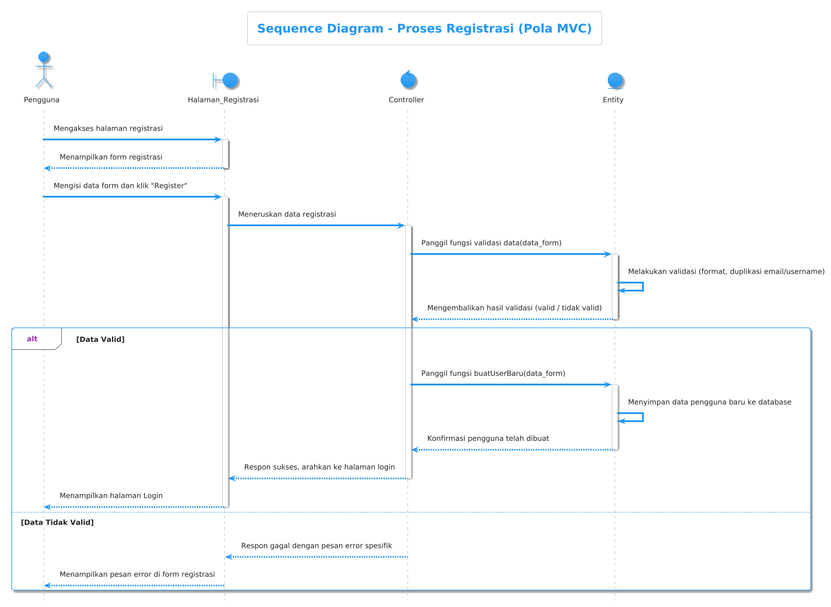
Before: sequence/LOGIN/Register/seq register.png, a diagram exported from PlantUML (Mrmgnt/diagram-kp).
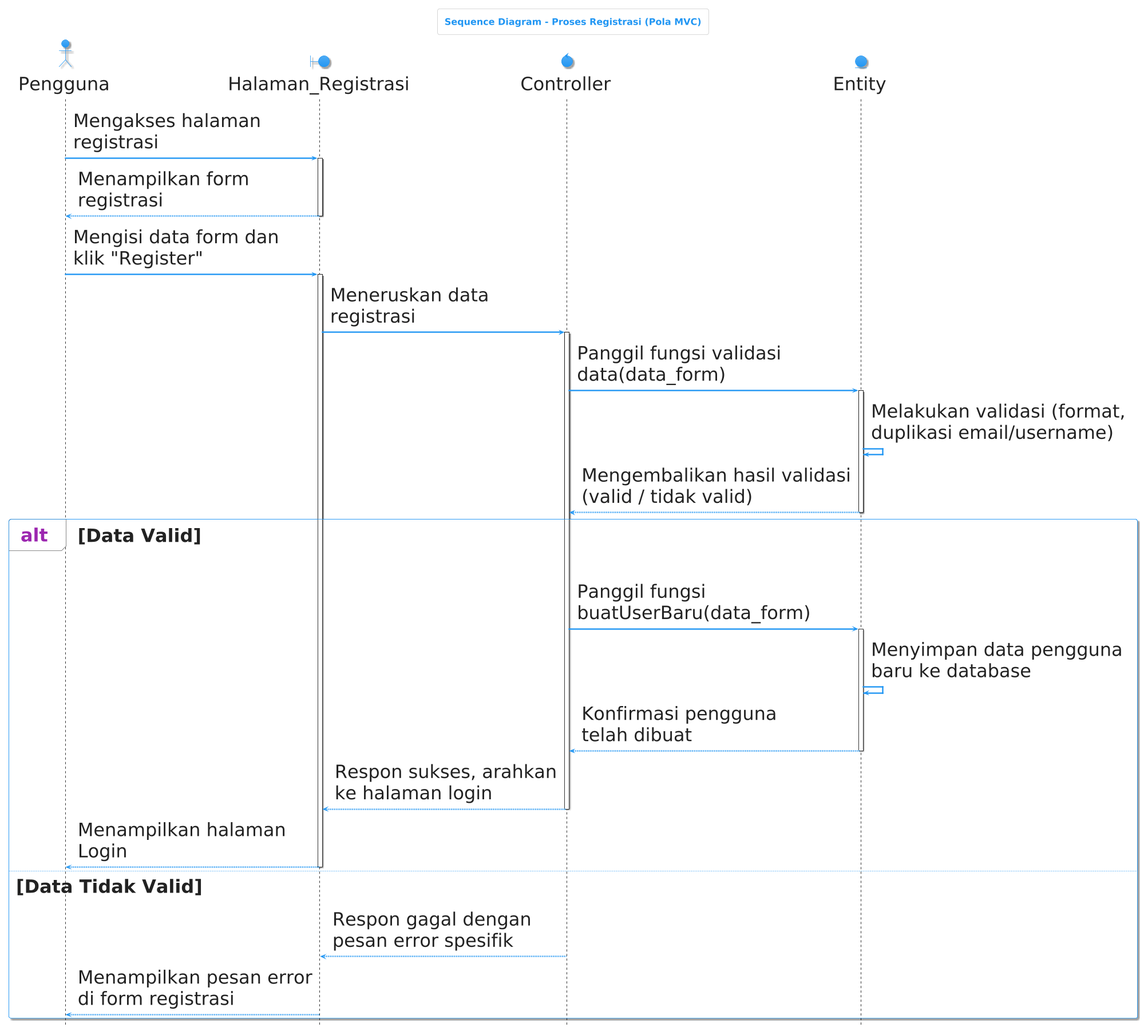
Above is the later version.

The edit, as a diff of the source:
```diff
@@ -1,5 +1,16 @@
 @startuml
 !theme materia
+scale max 1920 width
+
+skinparam defaultFontSize 40
+skinparam ParticipantPadding 30
+skinparam BoxPadding 40
+skinparam ActorPadding 20
+skinparam ActorFontSize 40
+skinparam ParticipantFontSize 40
+skinparam SequenceParticipantBorderThickness 2
+skinparam SequenceLifeLineBorderColor Black
+skinparam SequenceLifeLineBorderThickness 2
 
 title Sequence Diagram - Proses Registrasi (Pola MVC)
 hide footbox
@@ -9,40 +20,40 @@
 control "Controller" as Controller
 entity "Entity" as Entity
 
-Pengguna -> Halaman_Registrasi: Mengakses halaman registrasi
+Pengguna -> Halaman_Registrasi: Mengakses halaman\nregistrasi
 activate Halaman_Registrasi
-Halaman_Registrasi --> Pengguna: Menampilkan form registrasi
+Halaman_Registrasi --> Pengguna: Menampilkan form\nregistrasi
 deactivate Halaman_Registrasi
 
-Pengguna -> Halaman_Registrasi: Mengisi data form dan klik "Register"
+Pengguna -> Halaman_Registrasi: Mengisi data form dan\nklik "Register"
 activate Halaman_Registrasi
 
-Halaman_Registrasi -> Controller: Meneruskan data registrasi
+Halaman_Registrasi -> Controller: Meneruskan data\nregistrasi
 activate Controller
 
-Controller -> Entity: Panggil fungsi validasi data(data_form)
+Controller -> Entity: Panggil fungsi validasi\ndata(data_form)
 activate Entity
-Entity -> Entity: Melakukan validasi (format, duplikasi email/username)
-Entity --> Controller: Mengembalikan hasil validasi (valid / tidak valid)
+Entity -> Entity: Melakukan validasi (format,\nduplikasi email/username)
+Entity --> Controller: Mengembalikan hasil validasi\n(valid / tidak valid)
 deactivate Entity
 
 alt Data Valid
-    Controller -> Entity: Panggil fungsi buatUserBaru(data_form)
+    Controller -> Entity: Panggil fungsi\nbuatUserBaru(data_form)
     activate Entity
-    Entity -> Entity: Menyimpan data pengguna baru ke database
-    Entity --> Controller: Konfirmasi pengguna telah dibuat
+    Entity -> Entity: Menyimpan data pengguna\nbaru ke database
+    Entity --> Controller: Konfirmasi pengguna\ntelah dibuat
     deactivate Entity
 
-    Controller --> Halaman_Registrasi: Respon sukses, arahkan ke halaman login
+    Controller --> Halaman_Registrasi: Respon sukses, arahkan\nke halaman login
     deactivate Controller
 
-    Halaman_Registrasi --> Pengguna: Menampilkan halaman Login
+    Halaman_Registrasi --> Pengguna: Menampilkan halaman\nLogin
     deactivate Halaman_Registrasi
 else Data Tidak Valid
-    Controller --> Halaman_Registrasi: Respon gagal dengan pesan error spesifik
+    Controller --> Halaman_Registrasi: Respon gagal dengan\npesan error spesifik
     deactivate Controller
 
-    Halaman_Registrasi --> Pengguna: Menampilkan pesan error di form registrasi
+    Halaman_Registrasi --> Pengguna: Menampilkan pesan error\ndi form registrasi
     deactivate Halaman_Registrasi
 end
 @enduml
```
